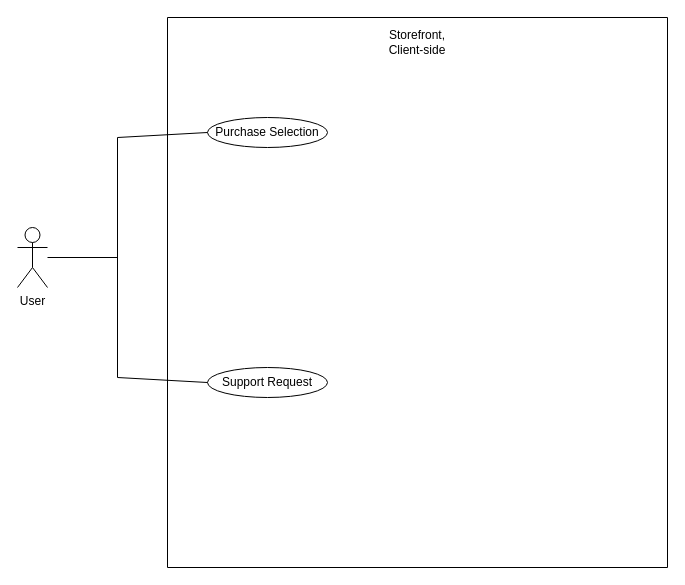
Above: usecase.drawio in KO-KAYO/csprojectUML (draw.io), before the change. Source tidied: cells renumbered, new cells numbered last; positions are measured from the earlier drawing's top-left corner, leaving out a move shared by most shapes. Both pictures are drawn from the tidied source at 100%, with x=0, y=0 at pixel (17, 17).
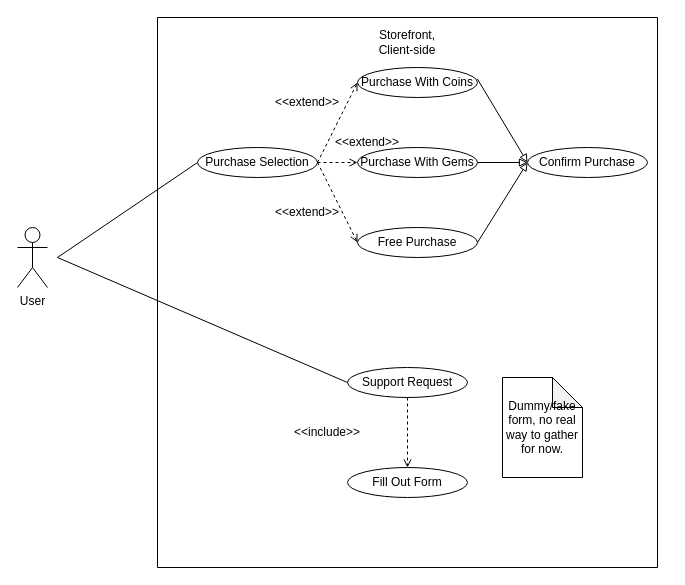
Above is the later version.

The change refers to these unchanged cells:
```xml
<mxCell id="2" value="User" style="shape=umlActor;verticalLabelPosition=bottom;verticalAlign=top;html=1;outlineConnect=0;" parent="1" vertex="1">
  <mxGeometry y="210" width="30" height="60" as="geometry" />
</mxCell>
```

What changed in the source:
```diff
@@
     <mxCell id="3" style="swimlane;startSize=0;" parent="1" vertex="1">
-      <mxGeometry x="150" width="500" height="550" as="geometry" />
+      <mxGeometry x="140" width="500" height="550" as="geometry" />
     </mxCell>
@@
     <mxCell id="5" value="Purchase Selection" style="ellipse;whiteSpace=wrap;html=1;" parent="3" vertex="1">
-      <mxGeometry x="40" y="100" width="120" height="30" as="geometry" />
+      <mxGeometry x="40" y="130" width="120" height="30" as="geometry" />
     </mxCell>
     <mxCell id="6" value="Support Request" style="ellipse;whiteSpace=wrap;html=1;" parent="3" vertex="1">
-      <mxGeometry x="40" y="350" width="120" height="30" as="geometry" />
+      <mxGeometry x="190" y="350" width="120" height="30" as="geometry" />
     </mxCell>
+    <mxCell id="11" value="Purchase With Coins" style="ellipse;whiteSpace=wrap;html=1;" parent="3" vertex="1">
+      <mxGeometry x="200" y="50" width="120" height="30" as="geometry" />
+    </mxCell>
+    <mxCell id="12" value="Purchase With Gems" style="ellipse;whiteSpace=wrap;html=1;" parent="3" vertex="1">
+      <mxGeometry x="200" y="130" width="120" height="30" as="geometry" />
+    </mxCell>
+    <mxCell id="13" value="Free Purchase" style="ellipse;whiteSpace=wrap;html=1;" parent="3" vertex="1">
+      <mxGeometry x="200" y="210" width="120" height="30" as="geometry" />
+    </mxCell>
+    <mxCell id="14" style="endArrow=open;html=1;rounded=0;dashed=1;endFill=0;entryX=0;entryY=0.5;entryDx=0;entryDy=0;exitX=1;exitY=0.5;exitDx=0;exitDy=0;" parent="3" edge="1" source="5" target="12">
+      <mxGeometry relative="1" as="geometry" />
+    </mxCell>
+    <mxCell id="15" value="&amp;lt;&amp;lt;extend&amp;gt;&amp;gt;" style="text;html=1;strokeColor=none;fillColor=none;align=center;verticalAlign=middle;whiteSpace=wrap;rounded=0;" parent="3" vertex="1">
+      <mxGeometry x="120" y="70" width="60" height="30" as="geometry" />
+    </mxCell>
+    <mxCell id="16" value="&amp;lt;&amp;lt;extend&amp;gt;&amp;gt;" style="text;html=1;strokeColor=none;fillColor=none;align=center;verticalAlign=middle;whiteSpace=wrap;rounded=0;" parent="3" vertex="1">
+      <mxGeometry x="180" y="110" width="60" height="30" as="geometry" />
+    </mxCell>
+    <mxCell id="17" value="&amp;lt;&amp;lt;extend&amp;gt;&amp;gt;" style="text;html=1;strokeColor=none;fillColor=none;align=center;verticalAlign=middle;whiteSpace=wrap;rounded=0;" parent="3" vertex="1">
+      <mxGeometry x="120" y="180" width="60" height="30" as="geometry" />
+    </mxCell>
+    <mxCell id="18" value="Confirm Purchase" style="ellipse;whiteSpace=wrap;html=1;" parent="3" vertex="1">
+      <mxGeometry x="370" y="130" width="120" height="30" as="geometry" />
+    </mxCell>
+    <mxCell id="19" style="endArrow=block;html=1;rounded=0;endFill=0;entryX=0;entryY=0.5;entryDx=0;entryDy=0;exitX=1;exitY=0.5;exitDx=0;exitDy=0;" parent="3" edge="1" source="13" target="18">
+      <mxGeometry relative="1" as="geometry" />
+    </mxCell>
+    <mxCell id="20" value="&amp;lt;&amp;lt;include&amp;gt;&amp;gt;" style="text;html=1;strokeColor=none;fillColor=none;align=center;verticalAlign=middle;whiteSpace=wrap;rounded=0;" parent="3" vertex="1">
+      <mxGeometry x="140" y="400" width="60" height="30" as="geometry" />
+    </mxCell>
+    <mxCell id="21" value="Fill Out Form" style="ellipse;whiteSpace=wrap;html=1;" parent="3" vertex="1">
+      <mxGeometry x="190" y="450" width="120" height="30" as="geometry" />
+    </mxCell>
+    <mxCell id="22" style="endArrow=open;html=1;rounded=0;dashed=1;endFill=0;entryX=0.5;entryY=0;entryDx=0;entryDy=0;exitX=0.5;exitY=1;exitDx=0;exitDy=0;" parent="3" edge="1" source="6" target="21">
+      <mxGeometry relative="1" as="geometry" />
+    </mxCell>
+    <mxCell id="23" value="Dummy/fake form, no real way to gather for now." style="shape=note;whiteSpace=wrap;html=1;backgroundOutline=1;darkOpacity=0.05;" parent="3" vertex="1">
+      <mxGeometry x="345" y="360" width="80" height="100" as="geometry" />
+    </mxCell>
+    <mxCell id="24" style="endArrow=open;html=1;rounded=0;dashed=1;endFill=0;entryX=0;entryY=0.5;entryDx=0;entryDy=0;exitX=1;exitY=0.5;exitDx=0;exitDy=0;" parent="3" edge="1" source="5" target="11">
+      <mxGeometry relative="1" as="geometry" />
+    </mxCell>
+    <mxCell id="25" style="endArrow=open;html=1;rounded=0;dashed=1;endFill=0;entryX=0;entryY=0.5;entryDx=0;entryDy=0;exitX=1;exitY=0.5;exitDx=0;exitDy=0;" parent="3" edge="1" source="5" target="13">
+      <mxGeometry relative="1" as="geometry" />
+    </mxCell>
+    <mxCell id="26" style="endArrow=block;html=1;rounded=0;endFill=0;entryX=0;entryY=0.5;entryDx=0;entryDy=0;exitX=1;exitY=0.5;exitDx=0;exitDy=0;" parent="3" edge="1" source="12" target="18">
+      <mxGeometry relative="1" as="geometry" />
+    </mxCell>
+    <mxCell id="27" style="endArrow=block;html=1;rounded=0;endFill=0;exitX=0.998;exitY=0.376;exitDx=0;exitDy=0;exitPerimeter=0;entryX=0;entryY=0.5;entryDx=0;entryDy=0;" parent="3" edge="1" source="11" target="18">
+      <mxGeometry relative="1" as="geometry" />
+    </mxCell>
     <mxCell id="7" style="endArrow=none;html=1;rounded=0;entryX=0;entryY=0.5;entryDx=0;entryDy=0;" parent="1" edge="1" target="5">
       <mxGeometry relative="1" as="geometry">
-        <mxPoint x="100" y="120" as="sourcePoint" />
+        <mxPoint x="40" y="240" as="sourcePoint" />
       </mxGeometry>
     </mxCell>
-    <mxCell id="8" style="endArrow=none;html=1;rounded=0;" parent="1" edge="1">
-      <mxGeometry relative="1" as="geometry">
-        <mxPoint x="100" y="120" as="sourcePoint" />
-        <mxPoint x="100" y="360" as="targetPoint" />
-      </mxGeometry>
-    </mxCell>
     <mxCell id="9" style="endArrow=none;html=1;rounded=0;entryX=0;entryY=0.5;entryDx=0;entryDy=0;" parent="1" edge="1" target="6">
       <mxGeometry relative="1" as="geometry">
-        <mxPoint x="100" y="360" as="sourcePoint" />
+        <mxPoint x="40" y="240" as="sourcePoint" />
       </mxGeometry>
     </mxCell>
-    <mxCell id="10" style="endArrow=none;html=1;rounded=0;" parent="1" edge="1" source="2">
-      <mxGeometry relative="1" as="geometry">
-        <mxPoint x="100" y="240" as="targetPoint" />
-      </mxGeometry>
-    </mxCell>
```
